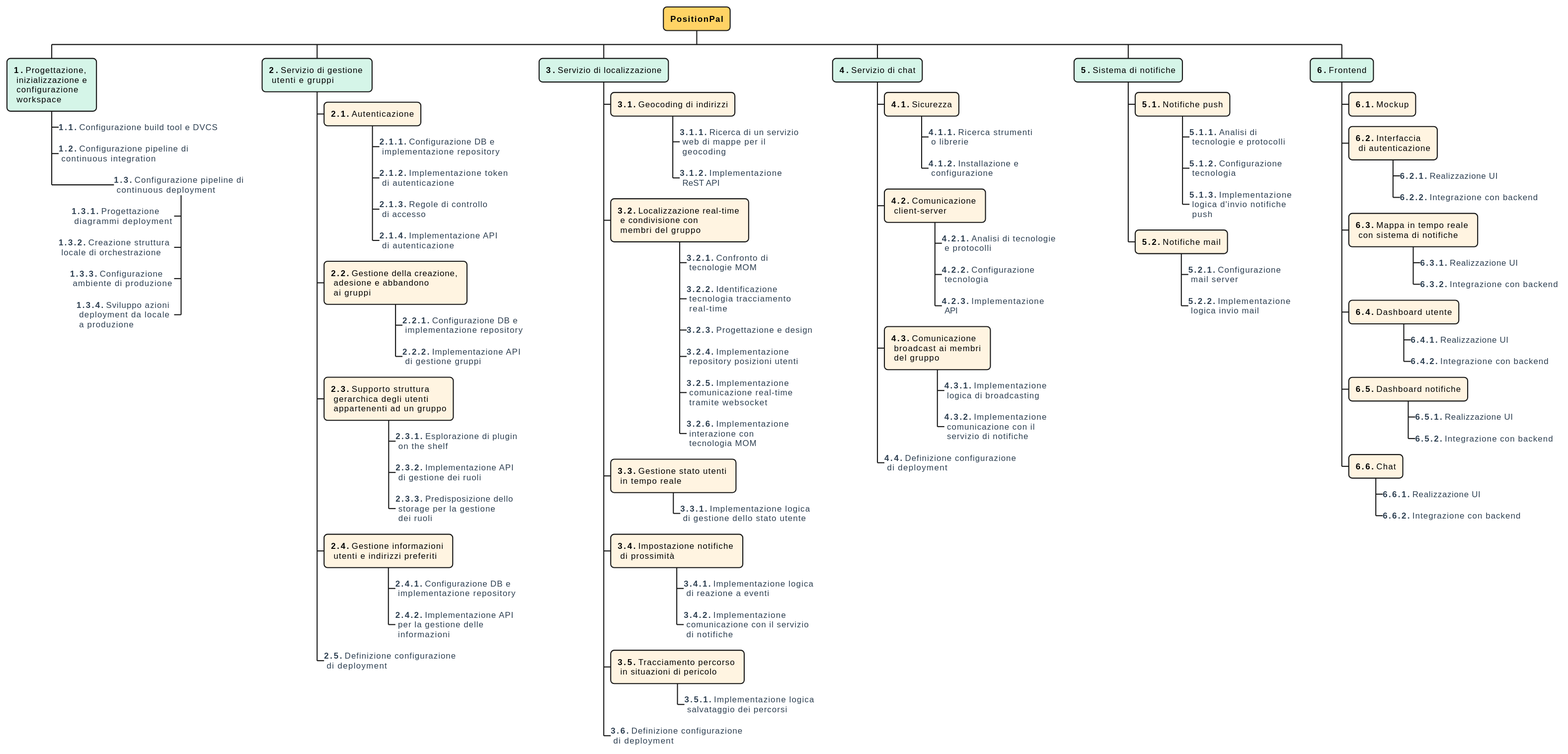
Earlier version of the PlantUML export res/wbs.svg (position-pal/PM-report).
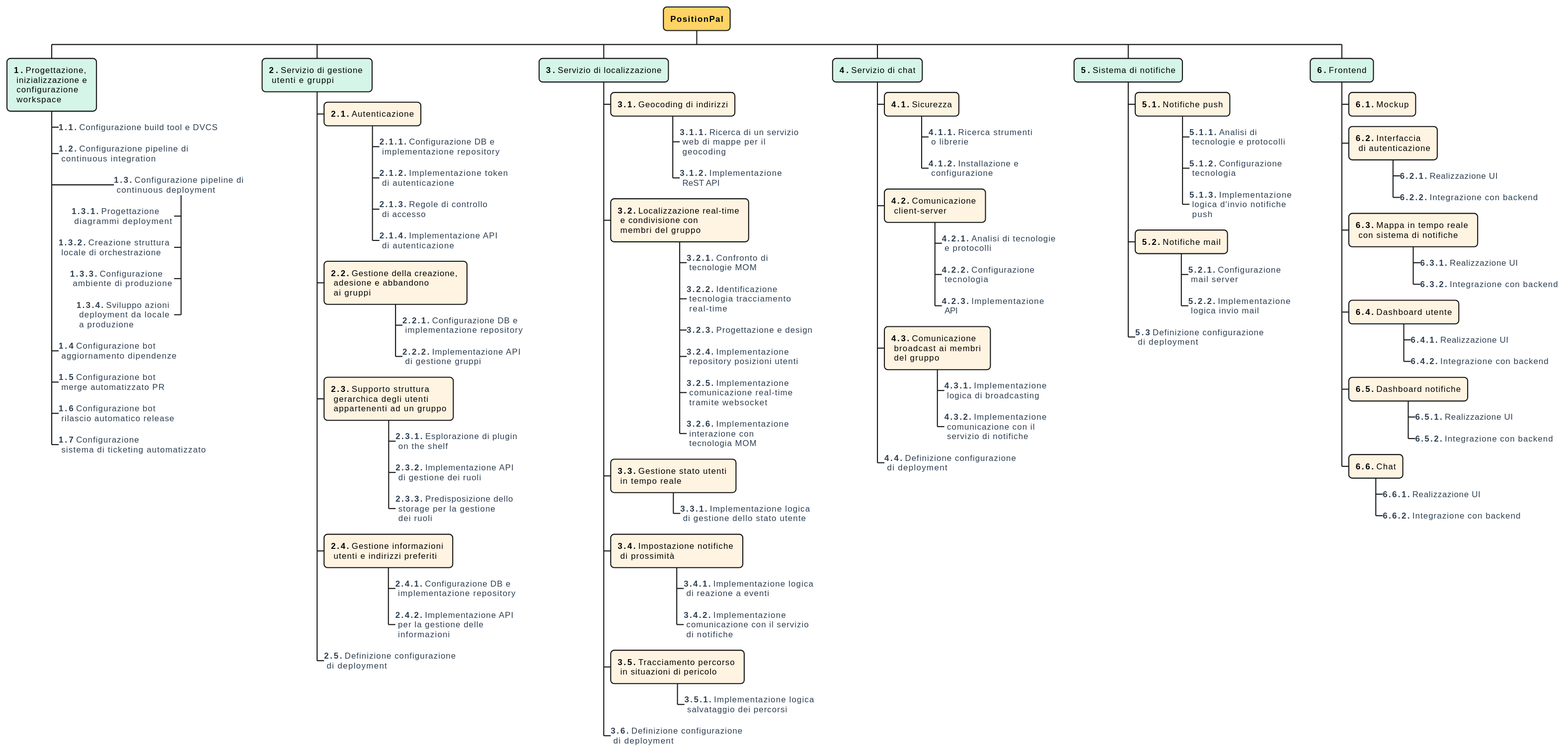
Later version of the same file.

Diff of the diagram source:
```diff
@@ -27,6 +27,10 @@
 +++-_ **1.3.2.** Creazione struttura \n locale di orchestrazione
 +++-_ **1.3.3.** Configurazione \n ambiente di produzione
 +++-_ **1.3.4.** Sviluppo azioni \n deployment da locale \n a produzione
++++_ **1.4** Configurazione bot \n aggiornamento dipendenze
++++_ **1.5** Configurazione bot \n merge automatizzato PR
++++_ **1.6** Configurazione bot \n rilascio automatico release
++++_ **1.7** Configurazione \n sistema di ticketing automatizzato
 
 ++ **2.** Servizio di gestione \n utenti e gruppi
 +++ **2.1.** Autenticazione
@@ -87,6 +91,7 @@
 +++ **5.2.** Notifiche mail
 ++++_ **5.2.1.** Configurazione \n mail server
 ++++_ **5.2.2.** Implementazione \n logica invio mail
++++_ **5.3** Definizione configurazione \n di deployment
 
 ++ **6.** Frontend
 +++ **6.1.** Mockup
```
